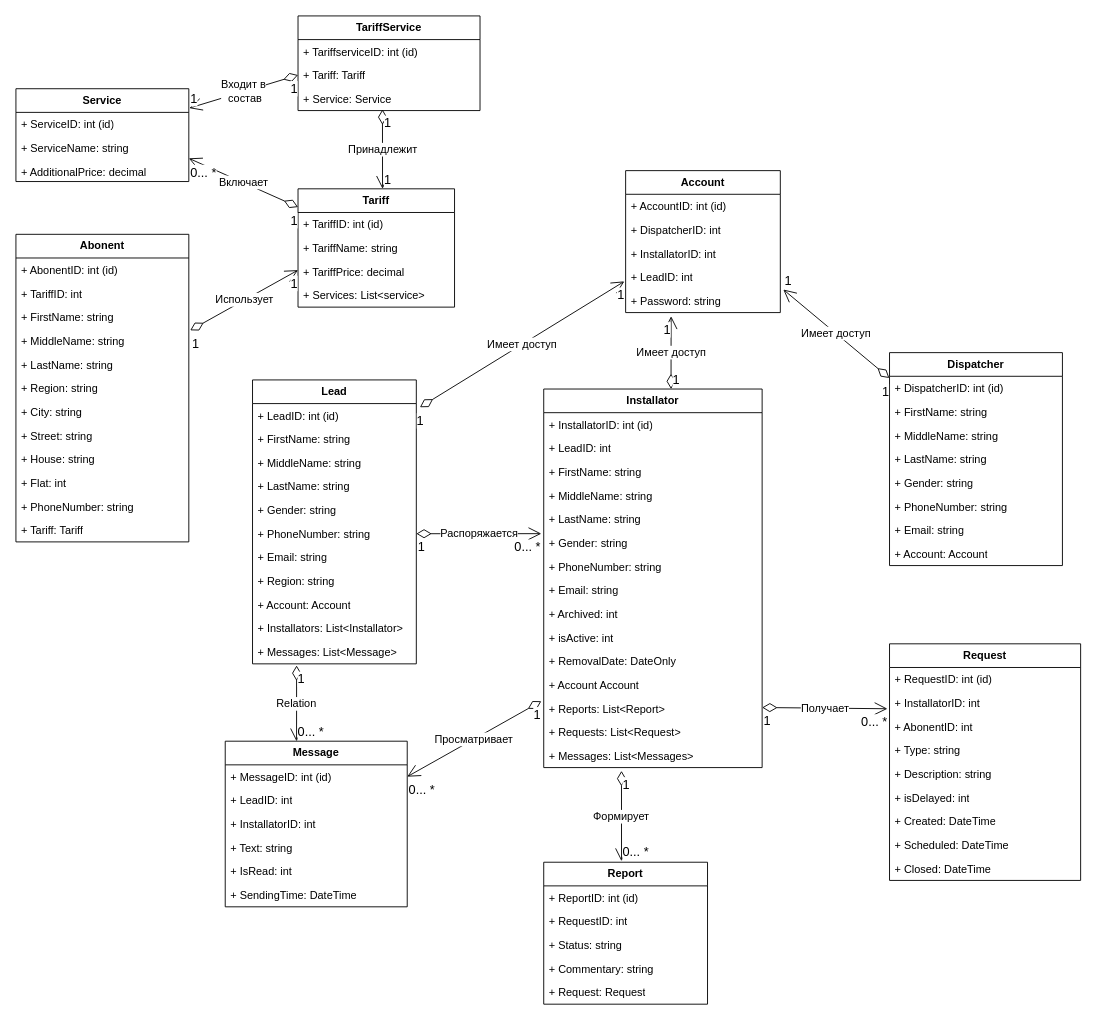
Earlier version of the draw.io diagram doc/Диаграммы/Class Diagram.drawio (LavruhinMax/Diplom). Source tidied: cells renumbered, new cells numbered last; positions are measured from the earlier drawing's top-left corner, leaving out a move shared by most shapes. Both pictures are drawn from the tidied source at 91%, with x=0, y=0 at pixel (15, 15).
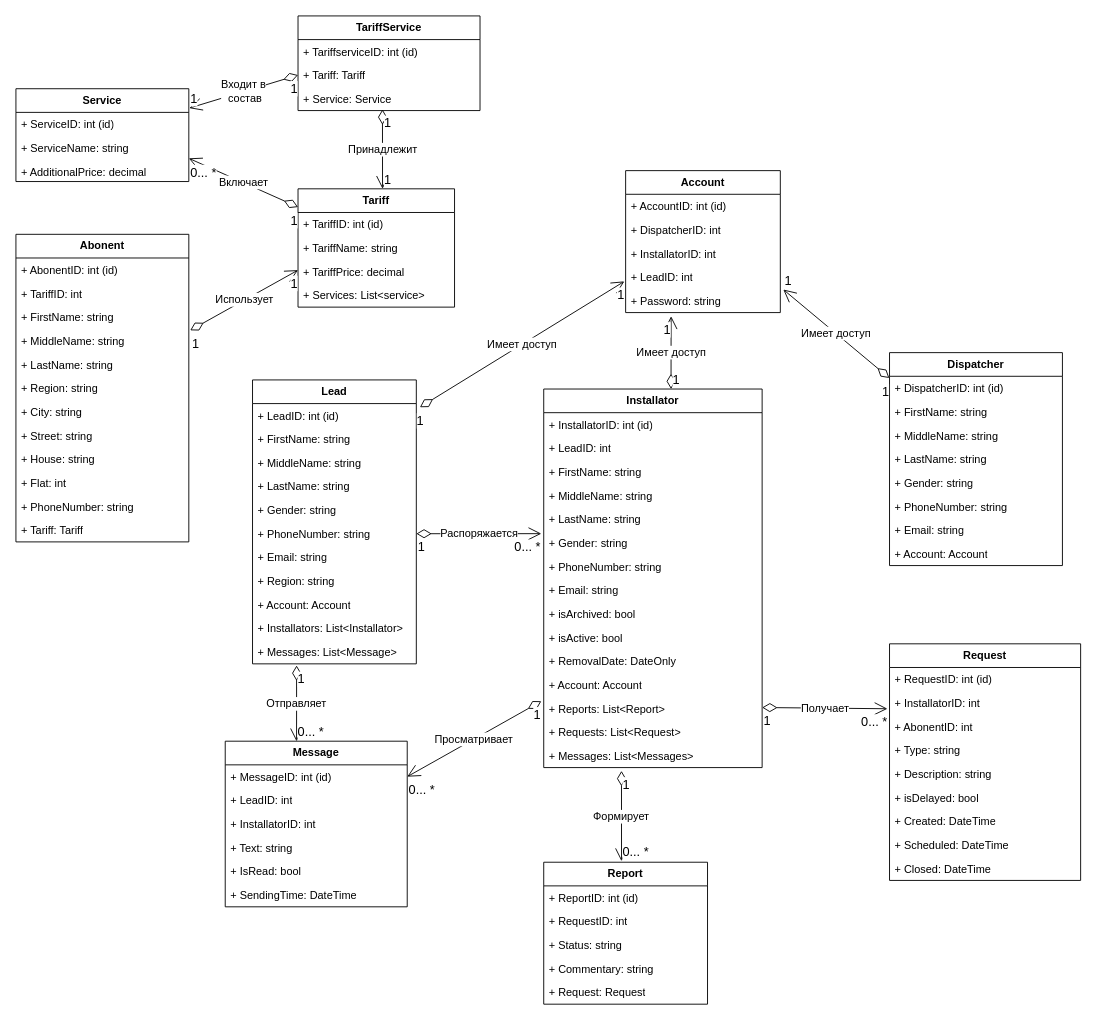
The same page after the edit.

Unchanged cells that the change refers to:
```xml
<mxCell id="30" value="Installator" style="swimlane;fontStyle=1;horizontal=1;startSize=26;fillColor=none;whiteSpace=wrap;html=1;fontSize=12;" parent="1" vertex="1">
  <mxGeometry x="580" y="410" width="240" height="416" as="geometry" />
</mxCell>
<mxCell id="57" value="+ Messages: List&amp;lt;Message&amp;gt;" style="text;strokeColor=none;fillColor=none;align=left;verticalAlign=top;spacingLeft=4;spacingRight=4;overflow=hidden;points=[[0,0.5],[1,0.5]];portConstraint=eastwest;whiteSpace=wrap;html=1;" parent="46" vertex="1">
  <mxGeometry y="286" width="180" height="26" as="geometry" />
</mxCell>
<mxCell id="58" value="Message" style="swimlane;fontStyle=1;horizontal=1;startSize=26;fillColor=none;whiteSpace=wrap;html=1;fontSize=12;" parent="1" vertex="1">
  <mxGeometry x="230" y="797" width="200" height="182" as="geometry" />
</mxCell>
<mxCell id="71" value="Request" style="swimlane;fontStyle=1;horizontal=1;startSize=26;fillColor=none;whiteSpace=wrap;html=1;fontSize=12;" parent="1" vertex="1">
  <mxGeometry x="960" y="690" width="210" height="260" as="geometry" />
</mxCell>
```

What changed in the source:
```diff
@@
-    <mxCell id="39" value="+ Archived: int" style="text;strokeColor=none;fillColor=none;align=left;verticalAlign=top;spacingLeft=4;spacingRight=4;overflow=hidden;whiteSpace=wrap;html=1;" parent="30" vertex="1">
+    <mxCell id="39" value="+ isArchived: bool" style="text;strokeColor=none;fillColor=none;align=left;verticalAlign=top;spacingLeft=4;spacingRight=4;overflow=hidden;whiteSpace=wrap;html=1;" parent="30" vertex="1">
       <mxGeometry y="234" width="240" height="26" as="geometry" />
     </mxCell>
-    <mxCell id="40" value="+ isActive: int" style="text;strokeColor=none;fillColor=none;align=left;verticalAlign=top;spacingLeft=4;spacingRight=4;overflow=hidden;whiteSpace=wrap;html=1;" parent="30" vertex="1">
+    <mxCell id="40" value="+ isActive: bool" style="text;strokeColor=none;fillColor=none;align=left;verticalAlign=top;spacingLeft=4;spacingRight=4;overflow=hidden;whiteSpace=wrap;html=1;" parent="30" vertex="1">
       <mxGeometry y="260" width="240" height="26" as="geometry" />
     </mxCell>
@@
-    <mxCell id="42" value="+ Account Account" style="text;strokeColor=none;fillColor=none;align=left;verticalAlign=top;spacingLeft=4;spacingRight=4;overflow=hidden;whiteSpace=wrap;html=1;" parent="30" vertex="1">
+    <mxCell id="42" value="+ Account: Account" style="text;strokeColor=none;fillColor=none;align=left;verticalAlign=top;spacingLeft=4;spacingRight=4;overflow=hidden;whiteSpace=wrap;html=1;" parent="30" vertex="1">
       <mxGeometry y="312" width="240" height="26" as="geometry" />
     </mxCell>
@@
-    <mxCell id="63" value="+ IsRead: int" style="text;strokeColor=none;fillColor=none;align=left;verticalAlign=top;spacingLeft=4;spacingRight=4;overflow=hidden;whiteSpace=wrap;html=1;" parent="58" vertex="1">
+    <mxCell id="63" value="+ IsRead: bool" style="text;strokeColor=none;fillColor=none;align=left;verticalAlign=top;spacingLeft=4;spacingRight=4;overflow=hidden;whiteSpace=wrap;html=1;" parent="58" vertex="1">
       <mxGeometry y="130" width="200" height="26" as="geometry" />
     </mxCell>
@@
-    <mxCell id="77" value="+ isDelayed: int" style="text;strokeColor=none;fillColor=none;align=left;verticalAlign=top;spacingLeft=4;spacingRight=4;overflow=hidden;whiteSpace=wrap;html=1;" parent="71" vertex="1">
+    <mxCell id="77" value="+ isDelayed: bool" style="text;strokeColor=none;fillColor=none;align=left;verticalAlign=top;spacingLeft=4;spacingRight=4;overflow=hidden;whiteSpace=wrap;html=1;" parent="71" vertex="1">
       <mxGeometry y="156" width="210" height="26" as="geometry" />
     </mxCell>
@@
-    <mxCell id="118" value="Relation" style="endArrow=open;html=1;endSize=12;startArrow=diamondThin;startSize=14;startFill=0;rounded=0;fontSize=12;exitX=0.269;exitY=1.068;exitDx=0;exitDy=0;exitPerimeter=0;entryX=0.392;entryY=0.001;entryDx=0;entryDy=0;entryPerimeter=0;" parent="1" edge="1" source="57" target="58">
+    <mxCell id="118" value="Отправляет" style="endArrow=open;html=1;endSize=12;startArrow=diamondThin;startSize=14;startFill=0;rounded=0;fontSize=12;exitX=0.269;exitY=1.068;exitDx=0;exitDy=0;exitPerimeter=0;entryX=0.392;entryY=0.001;entryDx=0;entryDy=0;entryPerimeter=0;" parent="1" edge="1" source="57" target="58">
       <mxGeometry relative="1" as="geometry" />
     </mxCell>
```
